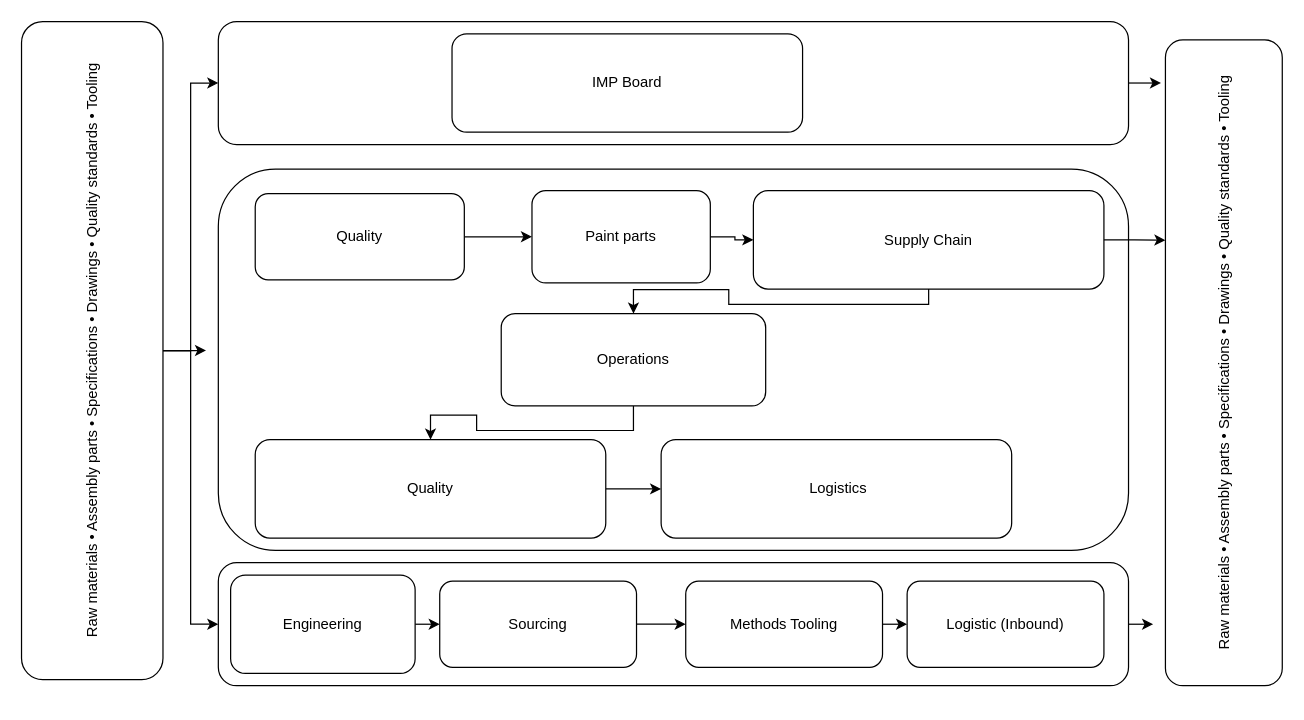
Above: DATA/OUANZOUGUI_BENDAOUED.drawio in OUANZOUGUIAbdelhak/GLASS-GPT (draw.io), before the change. Source tidied: cells renumbered, new cells numbered last; positions are measured from the earlier drawing's top-left corner, leaving out a move shared by most shapes. Both pictures are drawn from the tidied source at 123%, with x=0, y=0 at pixel (-237, 21).
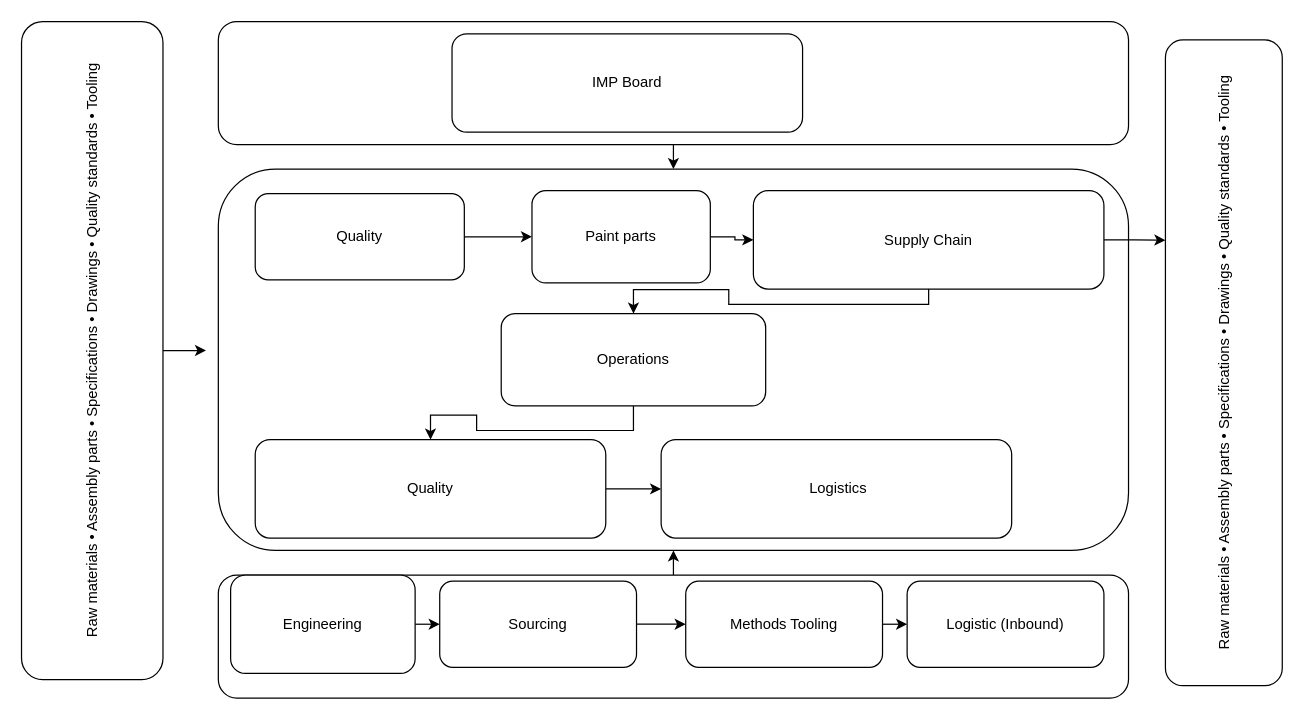
After the change.

Commit message:
Mettre à jour OUANZOUGUI_BENDAOUED.drawio

Unchanged cells that the change refers to:
```xml
<mxCell id="5" value="Raw materials • Assembly parts • Specifications • Drawings • Quality standards • Tooling" style="rounded=1;whiteSpace=wrap;html=1;rotation=-90;" parent="1" vertex="1">
  <mxGeometry y="210" width="535" height="115" as="geometry" />
</mxCell>
<mxCell id="6" value="Raw materials • Assembly parts • Specifications • Drawings • Quality standards • Tooling" style="rounded=1;whiteSpace=wrap;html=1;rotation=-90;" parent="1" vertex="1">
  <mxGeometry x="925" y="230" width="525" height="95" as="geometry" />
</mxCell>
<mxCell id="7" style="rounded=1;whiteSpace=wrap;html=1;" parent="1" vertex="1">
  <mxGeometry x="370" y="120" width="740" height="310" as="geometry" />
</mxCell>
<mxCell id="8" style="rounded=1;whiteSpace=wrap;html=1;" parent="1" vertex="1">
  <mxGeometry x="370" width="740" height="100" as="geometry" />
</mxCell>
```

Change to the diagram source:
```diff
@@
-    <mxCell id="2" style="edgeStyle=orthogonalEdgeStyle;rounded=0;jettySize=auto;html=1;exitX=0.5;exitY=1;exitDx=0;exitDy=0;entryX=0;entryY=0.5;entryDx=0;entryDy=0;" parent="1" edge="1" source="5" target="8">
-      <mxGeometry relative="1" as="geometry" />
-    </mxCell>
@@
-    <mxCell id="4" style="edgeStyle=orthogonalEdgeStyle;rounded=0;jettySize=auto;html=1;exitX=0.5;exitY=1;exitDx=0;exitDy=0;entryX=0;entryY=0.5;entryDx=0;entryDy=0;" parent="1" edge="1" source="5" target="10">
-      <mxGeometry relative="1" as="geometry" />
-    </mxCell>
@@
+    <mxCell id="32" style="edgeStyle=orthogonalEdgeStyle;rounded=0;jettySize=auto;html=1;exitX=0.5;exitY=1;exitDx=0;exitDy=0;entryX=0.5;entryY=0;entryDx=0;entryDy=0;" parent="1" edge="1" source="8" target="7">
+      <mxGeometry relative="1" as="geometry" />
+    </mxCell>
@@
-    <mxCell id="9" style="edgeStyle=orthogonalEdgeStyle;rounded=0;jettySize=auto;html=1;exitX=1;exitY=0.5;exitDx=0;exitDy=0;" parent="1" edge="1" source="10">
-      <mxGeometry relative="1" as="geometry">
-        <mxPoint x="1130" y="490" as="targetPoint" />
-      </mxGeometry>
-    </mxCell>
+    <mxCell id="33" style="edgeStyle=orthogonalEdgeStyle;rounded=0;jettySize=auto;html=1;exitX=0.5;exitY=0;exitDx=0;exitDy=0;entryX=0.5;entryY=1;entryDx=0;entryDy=0;" parent="1" edge="1" source="10" target="7">
+      <mxGeometry relative="1" as="geometry" />
+    </mxCell>
     <mxCell id="10" style="rounded=1;whiteSpace=wrap;html=1;" parent="1" vertex="1">
-      <mxGeometry x="370" y="440" width="740" height="100" as="geometry" />
+      <mxGeometry x="370" y="450" width="740" height="100" as="geometry" />
     </mxCell>
@@
-    <mxCell id="30" style="edgeStyle=orthogonalEdgeStyle;rounded=0;jettySize=auto;html=1;exitX=1;exitY=0.5;exitDx=0;exitDy=0;entryX=0.935;entryY=-0.038;entryDx=0;entryDy=0;entryPerimeter=0;" parent="1" edge="1" source="8" target="6">
-      <mxGeometry relative="1" as="geometry" />
-    </mxCell>
```
